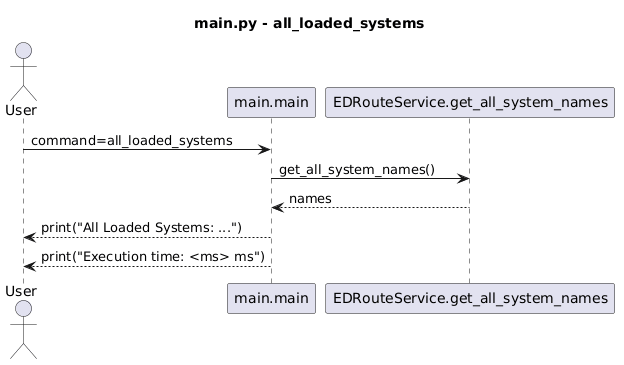
Earlier version of the PlantUML export docs/main_sequences/main_all_loaded_systems.png (fazleskhan/elite_dangerous_discord_tools).
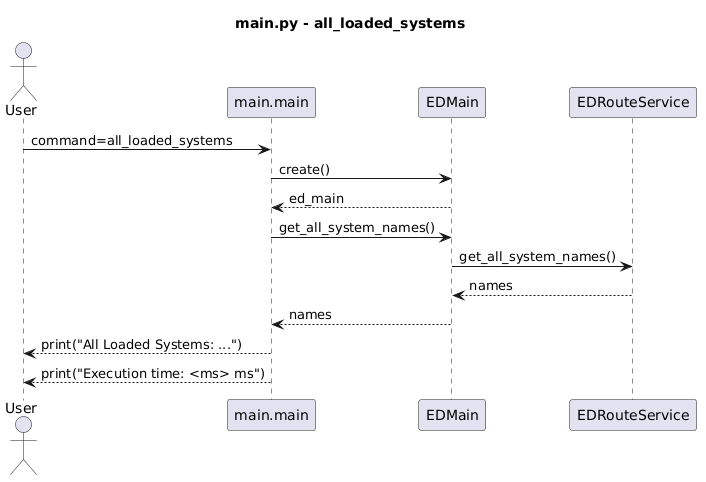
The same file after the commit.

Change to the diagram source:
```diff
@@ -3,11 +3,16 @@
 
 actor User
 participant "main.main" as Main
-participant "EDRouteService.get_all_system_names" as Route
+participant "EDMain" as EDMain
+participant "EDRouteService" as Route
 
 User -> Main : command=all_loaded_systems
-Main -> Route : get_all_system_names()
-Route --> Main : names
+Main -> EDMain : create()
+EDMain --> Main : ed_main
+Main -> EDMain : get_all_system_names()
+EDMain -> Route : get_all_system_names()
+Route --> EDMain : names
+EDMain --> Main : names
 Main --> User : print("All Loaded Systems: ...")
 Main --> User : print("Execution time: <ms> ms")
 @enduml
```
